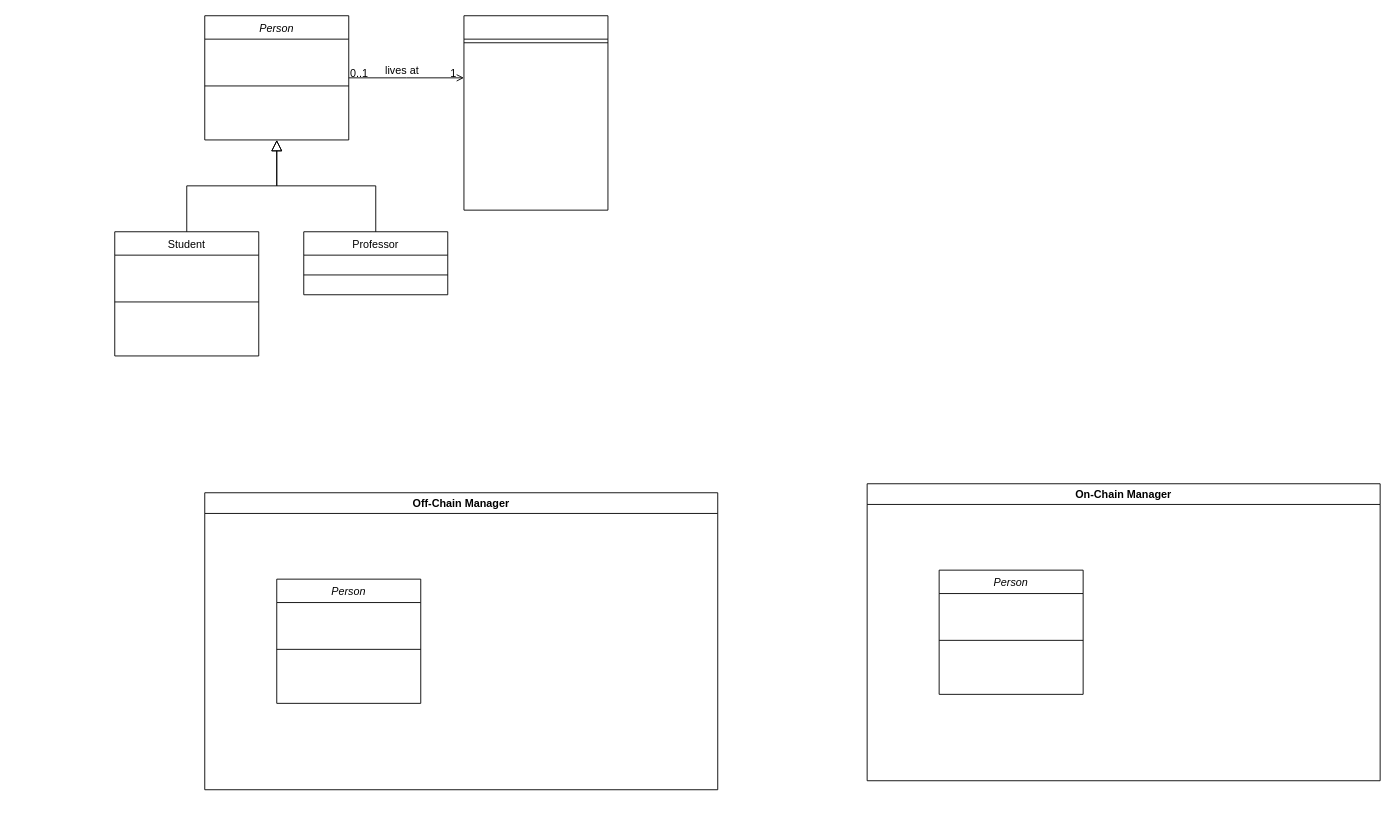
This is page "Diagramma delle classi" (1 of 2) of classdiag_architecture.drawio from AriannaRonci/Librachain, a draw.io file, before an edit. Source tidied: cells renumbered, new cells numbered last; positions are measured from the earlier drawing's top-left corner, leaving out a move shared by most shapes. Both pictures are drawn from the tidied source at 90%, with x=0, y=0 at pixel (114, 15).
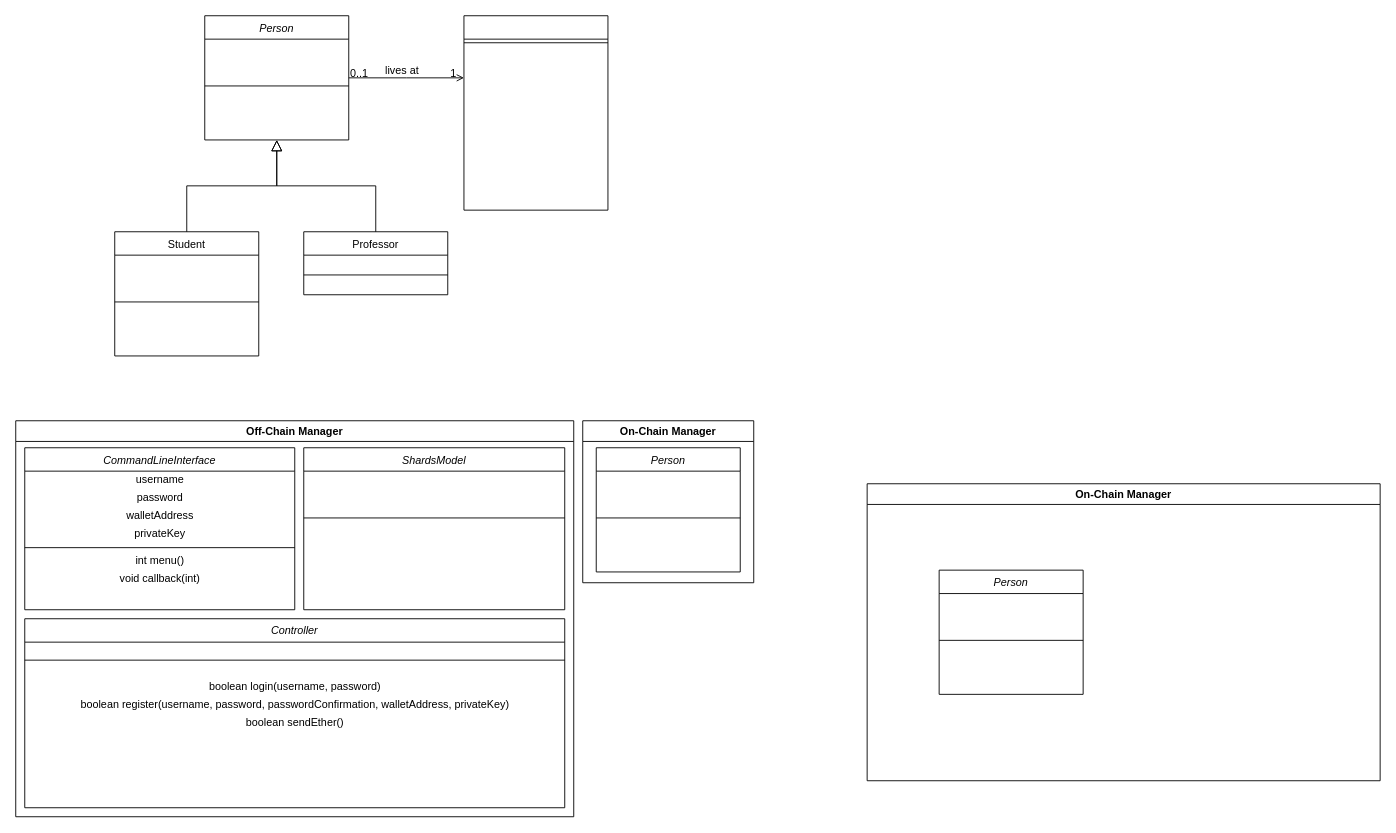
Above is the later version.

What changed in the source:
```diff
@@
     <mxCell id="16" value="Off-Chain Manager" style="swimlane;" parent="1" vertex="1">
-      <mxGeometry x="100" y="530" width="570" height="330" as="geometry" />
+      <mxGeometry x="-110" y="450" width="620" height="440" as="geometry" />
     </mxCell>
-    <mxCell id="17" value="Person" style="swimlane;fontStyle=2;align=center;verticalAlign=top;horizontal=1;startSize=26;rounded=0;shadow=0;strokeWidth=1;" parent="16" vertex="1">
-      <mxGeometry x="80" y="96" width="160" height="138" as="geometry" />
+    <mxCell id="17" value="ShardsModel" style="swimlane;fontStyle=2;align=center;verticalAlign=top;horizontal=1;startSize=26;rounded=0;shadow=0;strokeWidth=1;" parent="16" vertex="1">
+      <mxGeometry x="320" y="30" width="290" height="180" as="geometry" />
     </mxCell>
     <mxCell id="18" style="line;html=1;strokeWidth=1;align=left;verticalAlign=middle;spacingTop=-1;spacingLeft=3;spacingRight=3;labelPosition=right;" parent="17" vertex="1">
-      <mxGeometry y="26" width="160" height="104" as="geometry" />
+      <mxGeometry y="26" width="290" height="104" as="geometry" />
     </mxCell>
+    <mxCell id="22" value="CommandLineInterface" style="swimlane;fontStyle=2;align=center;verticalAlign=top;horizontal=1;startSize=26;rounded=0;shadow=0;strokeWidth=1;" parent="16" vertex="1">
+      <mxGeometry x="10" y="30" width="300" height="180" as="geometry" />
+    </mxCell>
+    <mxCell id="23" value="username" style="text;html=1;align=center;verticalAlign=middle;strokeColor=none;" parent="22" vertex="1">
+      <mxGeometry y="26" width="300" height="20" as="geometry" />
+    </mxCell>
+    <mxCell id="24" value="password" style="text;html=1;align=center;verticalAlign=middle;strokeColor=none;" parent="22" vertex="1">
+      <mxGeometry y="46" width="300" height="20" as="geometry" />
+    </mxCell>
+    <mxCell id="25" value="walletAddress" style="text;html=1;align=center;verticalAlign=middle;strokeColor=none;" parent="22" vertex="1">
+      <mxGeometry y="66" width="300" height="20" as="geometry" />
+    </mxCell>
+    <mxCell id="26" value="privateKey" style="text;html=1;align=center;verticalAlign=middle;strokeColor=none;" parent="22" vertex="1">
+      <mxGeometry y="86" width="300" height="20" as="geometry" />
+    </mxCell>
+    <mxCell id="27" style="line;html=1;strokeWidth=1;align=left;verticalAlign=middle;spacingTop=-1;spacingLeft=3;spacingRight=3;labelPosition=right;" parent="22" vertex="1">
+      <mxGeometry y="106" width="300" height="10" as="geometry" />
+    </mxCell>
+    <mxCell id="28" value="int menu()" style="text;html=1;align=center;verticalAlign=middle;strokeColor=none;" parent="22" vertex="1">
+      <mxGeometry y="116" width="300" height="20" as="geometry" />
+    </mxCell>
+    <mxCell id="29" value="void callback(int)" style="text;html=1;align=center;verticalAlign=middle;strokeColor=none;" parent="22" vertex="1">
+      <mxGeometry y="136" width="300" height="20" as="geometry" />
+    </mxCell>
+    <mxCell id="30" value="Controller" style="swimlane;fontStyle=2;align=center;verticalAlign=top;horizontal=1;startSize=26;rounded=0;shadow=0;strokeWidth=1;" parent="16" vertex="1">
+      <mxGeometry x="10" y="220" width="600" height="210" as="geometry" />
+    </mxCell>
+    <mxCell id="31" style="line;html=1;strokeWidth=1;align=left;verticalAlign=middle;spacingTop=-1;spacingLeft=3;spacingRight=3;labelPosition=right;" parent="30" vertex="1">
+      <mxGeometry y="26" width="600" height="40" as="geometry" />
+    </mxCell>
+    <mxCell id="32" value="boolean login(username, password)" style="text;html=1;align=center;verticalAlign=middle;strokeColor=none;" parent="30" vertex="1">
+      <mxGeometry y="66" width="600" height="20" as="geometry" />
+    </mxCell>
+    <mxCell id="33" value="boolean register(username, password, passwordConfirmation, walletAddress, privateKey)" style="text;html=1;align=center;verticalAlign=middle;strokeColor=none;" parent="30" vertex="1">
+      <mxGeometry y="86" width="600" height="20" as="geometry" />
+    </mxCell>
+    <mxCell id="34" value="boolean sendEther()" style="text;html=1;align=center;verticalAlign=middle;strokeColor=none;" parent="30" vertex="1">
+      <mxGeometry y="106" width="600" height="20" as="geometry" />
+    </mxCell>
@@
+    <mxCell id="35" value="On-Chain Manager" style="swimlane;startSize=23;" parent="1" vertex="1">
+      <mxGeometry x="520" y="450" width="190" height="180" as="geometry" />
+    </mxCell>
+    <mxCell id="36" value="Person" style="swimlane;fontStyle=2;align=center;verticalAlign=top;horizontal=1;startSize=26;rounded=0;shadow=0;strokeWidth=1;" parent="35" vertex="1">
+      <mxGeometry x="15" y="30" width="160" height="138" as="geometry" />
+    </mxCell>
+    <mxCell id="37" style="line;html=1;strokeWidth=1;align=left;verticalAlign=middle;spacingTop=-1;spacingLeft=3;spacingRight=3;labelPosition=right;" parent="36" vertex="1">
+      <mxGeometry y="26" width="160" height="104" as="geometry" />
+    </mxCell>
```
